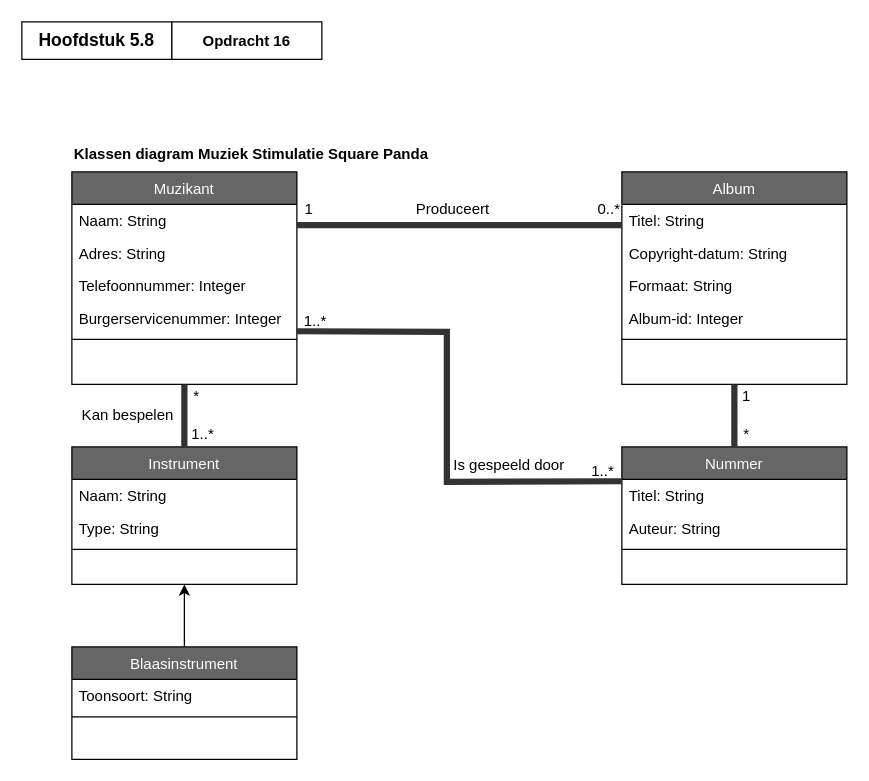
Earlier version of the draw.io diagram page "Opdracht16" (2 of 2) of ClassDiagrams.drawio (EMB20/Procesanalyse). Source tidied: cells renumbered, new cells numbered last; positions are measured from the earlier drawing's top-left corner, leaving out a move shared by most shapes. Both pictures are drawn from the tidied source at 125%, with x=0, y=0 at pixel (21, 21).
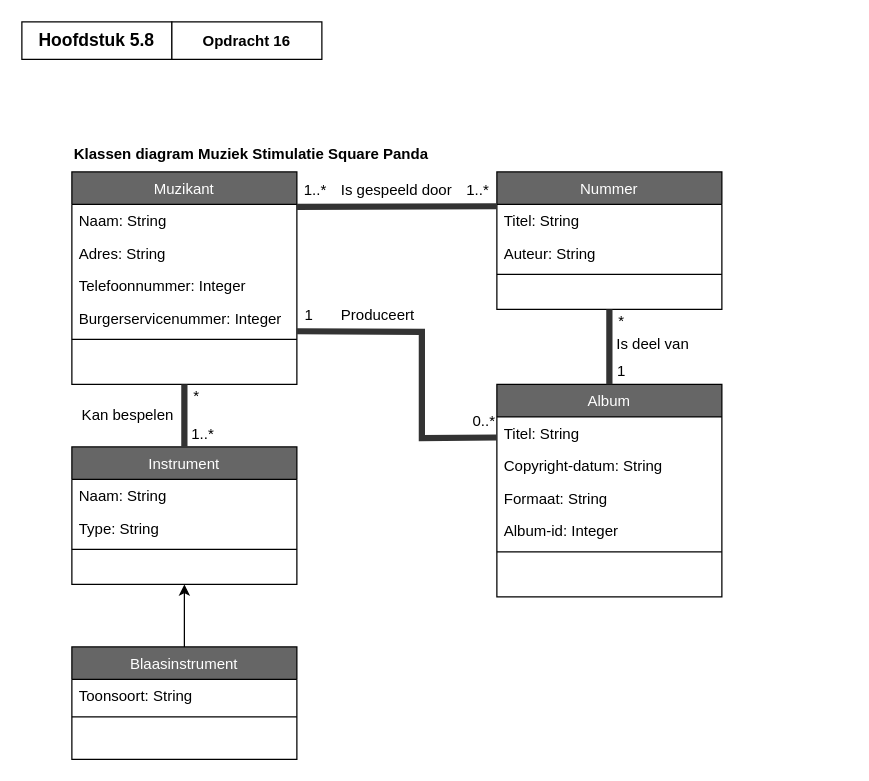
After the change.

Unchanged cells that the change refers to:
```xml
<mxCell id="4" value="Muzikant" style="swimlane;fontStyle=0;align=center;verticalAlign=top;horizontal=1;startSize=26;rounded=0;shadow=0;strokeWidth=1;fillColor=#666666;fontColor=#FFFFFF;" parent="1" vertex="1">
  <mxGeometry x="40" y="120" width="180" height="170" as="geometry" />
</mxCell>
```

The edit, as a diff of the source:
```diff
@@
     <mxCell id="10" value="&lt;font style=&quot;font-size: 12px;&quot;&gt;Klassen diagram Muziek Stimulatie Square Panda&lt;/font&gt;" style="text;html=1;align=left;verticalAlign=middle;whiteSpace=wrap;rounded=0;fontStyle=1;fontSize=14;" parent="1" vertex="1">
-      <mxGeometry x="40" y="90" width="300" height="30" as="geometry" />
+      <mxGeometry x="40" y="90" width="310" height="30" as="geometry" />
     </mxCell>
@@
     <mxCell id="19" value="Album" style="swimlane;fontStyle=0;align=center;verticalAlign=top;horizontal=1;startSize=26;rounded=0;shadow=0;strokeWidth=1;fillColor=#666666;fontColor=#FFFFFF;" parent="1" vertex="1">
-      <mxGeometry x="480" y="120" width="180" height="170" as="geometry" />
+      <mxGeometry x="380" y="290" width="180" height="170" as="geometry" />
     </mxCell>
@@
     <mxCell id="25" value="Nummer" style="swimlane;fontStyle=0;align=center;verticalAlign=top;horizontal=1;startSize=26;rounded=0;shadow=0;strokeWidth=1;fillColor=#666666;fontColor=#FFFFFF;" parent="1" vertex="1">
-      <mxGeometry x="480" y="340" width="180" height="110" as="geometry" />
+      <mxGeometry x="380" y="120" width="180" height="110" as="geometry" />
     </mxCell>
@@
-    <mxCell id="32" style="endArrow=none;html=1;rounded=0;exitX=0.5;exitY=1;exitDx=0;exitDy=0;entryX=0.5;entryY=0;entryDx=0;entryDy=0;strokeWidth=5;strokeColor=#333333;" parent="1" edge="1" source="19" target="25">
-      <mxGeometry relative="1" as="geometry" />
-    </mxCell>
     <mxCell id="33" value="*" style="text;html=1;align=center;verticalAlign=middle;whiteSpace=wrap;rounded=0;" parent="1" vertex="1">
-      <mxGeometry x="570" y="320" width="20" height="20" as="geometry" />
+      <mxGeometry x="470" y="230" width="20" height="20" as="geometry" />
     </mxCell>
     <mxCell id="34" value="1" style="text;html=1;align=center;verticalAlign=middle;whiteSpace=wrap;rounded=0;" parent="1" vertex="1">
-      <mxGeometry x="570" y="290" width="20" height="20" as="geometry" />
+      <mxGeometry x="470" y="270" width="20" height="20" as="geometry" />
     </mxCell>
-    <mxCell id="35" style="endArrow=none;html=1;rounded=0;entryX=1;entryY=0.25;entryDx=0;entryDy=0;strokeWidth=5;strokeColor=#333333;exitX=0;exitY=0.25;exitDx=0;exitDy=0;" parent="1" edge="1" source="19" target="4">
-      <mxGeometry relative="1" as="geometry" />
-    </mxCell>
     <mxCell id="36" value="1" style="text;html=1;align=center;verticalAlign=middle;whiteSpace=wrap;rounded=0;" parent="1" vertex="1">
-      <mxGeometry x="220" y="140" width="20" height="20" as="geometry" />
+      <mxGeometry x="220" y="225" width="20" height="20" as="geometry" />
     </mxCell>
     <mxCell id="37" value="0..*" style="text;html=1;align=center;verticalAlign=middle;whiteSpace=wrap;rounded=0;" parent="1" vertex="1">
-      <mxGeometry x="460" y="140" width="20" height="20" as="geometry" />
+      <mxGeometry x="360" y="310" width="20" height="20" as="geometry" />
     </mxCell>
-    <mxCell id="38" style="endArrow=none;html=1;rounded=0;entryX=0;entryY=0.25;entryDx=0;entryDy=0;strokeWidth=5;strokeColor=#333333;exitX=1;exitY=0.75;exitDx=0;exitDy=0;" parent="1" edge="1" source="4" target="25">
-      <mxGeometry relative="1" as="geometry">
-        <Array as="points">
-          <mxPoint x="340" y="248" />
-          <mxPoint x="340" y="368" />
-        </Array>
-      </mxGeometry>
-    </mxCell>
     <mxCell id="39" value="1..*" style="text;html=1;align=center;verticalAlign=middle;whiteSpace=wrap;rounded=0;" parent="1" vertex="1">
-      <mxGeometry x="220" y="230" width="30" height="20" as="geometry" />
+      <mxGeometry x="220" y="125" width="30" height="20" as="geometry" />
     </mxCell>
     <mxCell id="40" value="1..*" style="text;html=1;align=center;verticalAlign=middle;whiteSpace=wrap;rounded=0;" parent="1" vertex="1">
-      <mxGeometry x="450" y="350" width="30" height="20" as="geometry" />
+      <mxGeometry x="350" y="125" width="30" height="20" as="geometry" />
     </mxCell>
     <mxCell id="41" value="Produceert" style="text;html=1;align=center;verticalAlign=middle;whiteSpace=wrap;rounded=0;" parent="1" vertex="1">
-      <mxGeometry x="310" y="140" width="70" height="20" as="geometry" />
+      <mxGeometry x="250" y="220" width="70" height="30" as="geometry" />
     </mxCell>
     <mxCell id="42" value="Is gespeeld door" style="text;html=1;align=center;verticalAlign=middle;whiteSpace=wrap;rounded=0;" parent="1" vertex="1">
-      <mxGeometry x="340" y="340" width="100" height="30" as="geometry" />
+      <mxGeometry x="250" y="120" width="100" height="30" as="geometry" />
     </mxCell>
@@
+    <mxCell id="44" style="endArrow=none;html=1;rounded=0;entryX=0;entryY=0.25;entryDx=0;entryDy=0;strokeWidth=5;strokeColor=#333333;" parent="1" edge="1" target="25">
+      <mxGeometry relative="1" as="geometry">
+        <mxPoint x="220" y="148" as="sourcePoint" />
+      </mxGeometry>
+    </mxCell>
+    <mxCell id="45" style="endArrow=none;html=1;rounded=0;exitX=1;exitY=0.75;exitDx=0;exitDy=0;entryX=0;entryY=0.25;entryDx=0;entryDy=0;strokeWidth=5;strokeColor=#333333;" parent="1" edge="1" source="4" target="19">
+      <mxGeometry relative="1" as="geometry">
+        <Array as="points">
+          <mxPoint x="320" y="248" />
+          <mxPoint x="320" y="333" />
+        </Array>
+      </mxGeometry>
+    </mxCell>
+    <mxCell id="46" value="Is deel van" style="text;html=1;align=center;verticalAlign=middle;whiteSpace=wrap;rounded=0;" parent="1" vertex="1">
+      <mxGeometry x="470" y="245" width="70" height="25" as="geometry" />
+    </mxCell>
+    <mxCell id="47" style="endArrow=none;html=1;rounded=0;exitX=0.5;exitY=1;exitDx=0;exitDy=0;entryX=0.5;entryY=0;entryDx=0;entryDy=0;strokeWidth=5;strokeColor=#333333;" parent="1" edge="1" source="25" target="19">
+      <mxGeometry relative="1" as="geometry" />
+    </mxCell>
```
